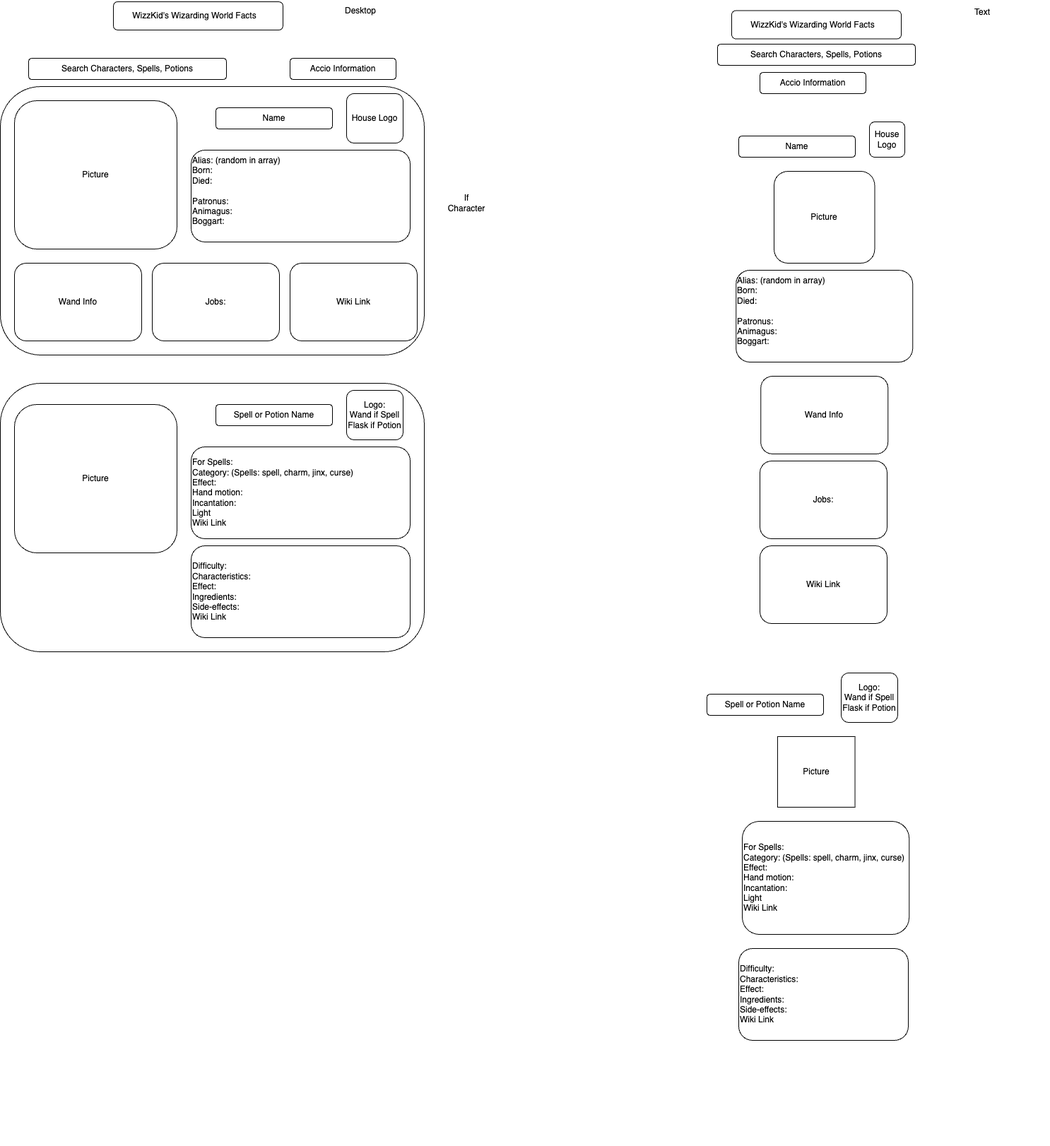
Earlier version of the draw.io export Wizarding World.drawio.png (camdelay16/project1_recipe_book). Source tidied: cells renumbered, new cells last; positions are measured from the earlier drawing's top-left corner, leaving out a move shared by most shapes.
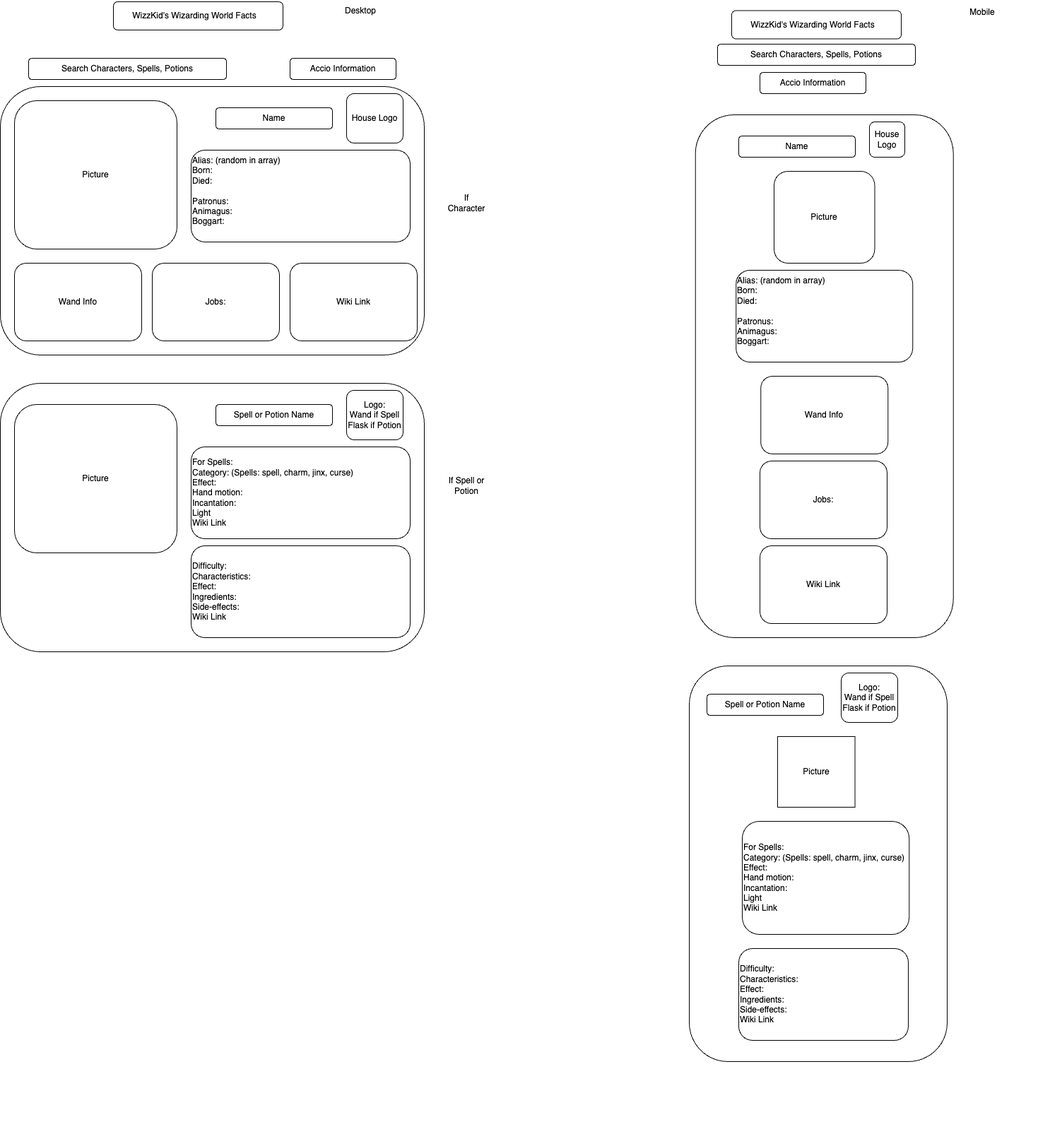
The same diagram one commit later.

The edit, as a diff of the source:
```diff
@@ -2,6 +2,9 @@
   <root>
     <mxCell id="0" />
     <mxCell id="1" parent="0" />
+    <mxCell id="43" style="rounded=1;whiteSpace=wrap;html=1;" parent="1" vertex="1">
+      <mxGeometry x="975" y="942" width="365" height="560" as="geometry" />
+    </mxCell>
     <mxCell id="2" style="rounded=1;whiteSpace=wrap;html=1;" parent="1" vertex="1">
       <mxGeometry x="160" y="2" width="240" height="40" as="geometry" />
     </mxCell>
@@ -72,8 +75,11 @@
       <mxGeometry x="1075" y="102" width="150" height="30" as="geometry" />
     </mxCell>
     <mxCell id="25" style="group;" parent="1" vertex="1">
-      <mxGeometry x="885" y="292" width="600" height="380" as="geometry" />
+      <mxGeometry x="885" y="292" width="600" height="610" as="geometry" />
     </mxCell>
+    <mxCell id="44" style="rounded=1;whiteSpace=wrap;html=1;" parent="25" vertex="1">
+      <mxGeometry x="98.7" y="-130" width="365" height="740" as="geometry" />
+    </mxCell>
     <mxCell id="26" value="Picture" style="rounded=1;whiteSpace=wrap;html=1;" parent="25" vertex="1">
       <mxGeometry x="210" y="-50" width="142.4" height="130" as="geometry" />
     </mxCell>
@@ -122,8 +128,11 @@
     <mxCell id="41" value="&lt;div&gt;For Spells:&lt;/div&gt;&lt;div&gt;Category: (Spells: spell, charm, jinx, curse)&lt;/div&gt;&lt;div&gt;Effect:&lt;/div&gt;&lt;div&gt;Hand motion:&lt;/div&gt;&lt;div&gt;Incantation:&lt;/div&gt;&lt;div&gt;Light&lt;/div&gt;&lt;div&gt;&lt;span style=&quot;text-align: center;&quot;&gt;Wiki Link&lt;/span&gt;&lt;br&gt;&lt;/div&gt;" style="rounded=1;whiteSpace=wrap;html=1;align=left;" parent="1" vertex="1">
       <mxGeometry x="1050" y="1162" width="236.2" height="160" as="geometry" />
     </mxCell>
-    <mxCell id="42" value="Text" style="text;html=1;align=center;verticalAlign=middle;whiteSpace=wrap;rounded=0;" parent="1" vertex="1">
+    <mxCell id="42" value="Mobile" style="text;html=1;align=center;verticalAlign=middle;whiteSpace=wrap;rounded=0;" parent="1" vertex="1">
       <mxGeometry x="1360" y="2" width="60" height="30" as="geometry" />
     </mxCell>
+    <mxCell id="45" value="If Spell or Potion" style="text;html=1;align=center;verticalAlign=middle;whiteSpace=wrap;rounded=0;" parent="1" vertex="1">
+      <mxGeometry x="630" y="672" width="60" height="30" as="geometry" />
+    </mxCell>
   </root>
 </mxGraphModel>
```
